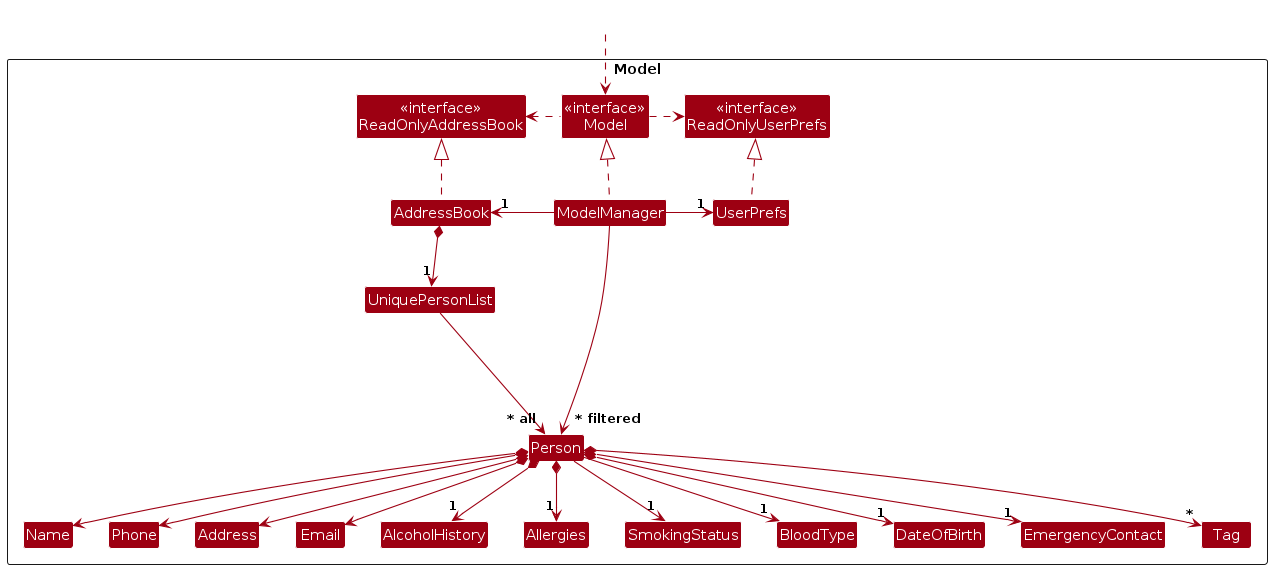
AY2627S1-CS2103T-T09-4/tp keeps this PlantUML diagram as diagrams/ModelClassDiagram.png. Above is the earlier version. Its source is kept beside it as diagrams/ModelClassDiagram.puml.
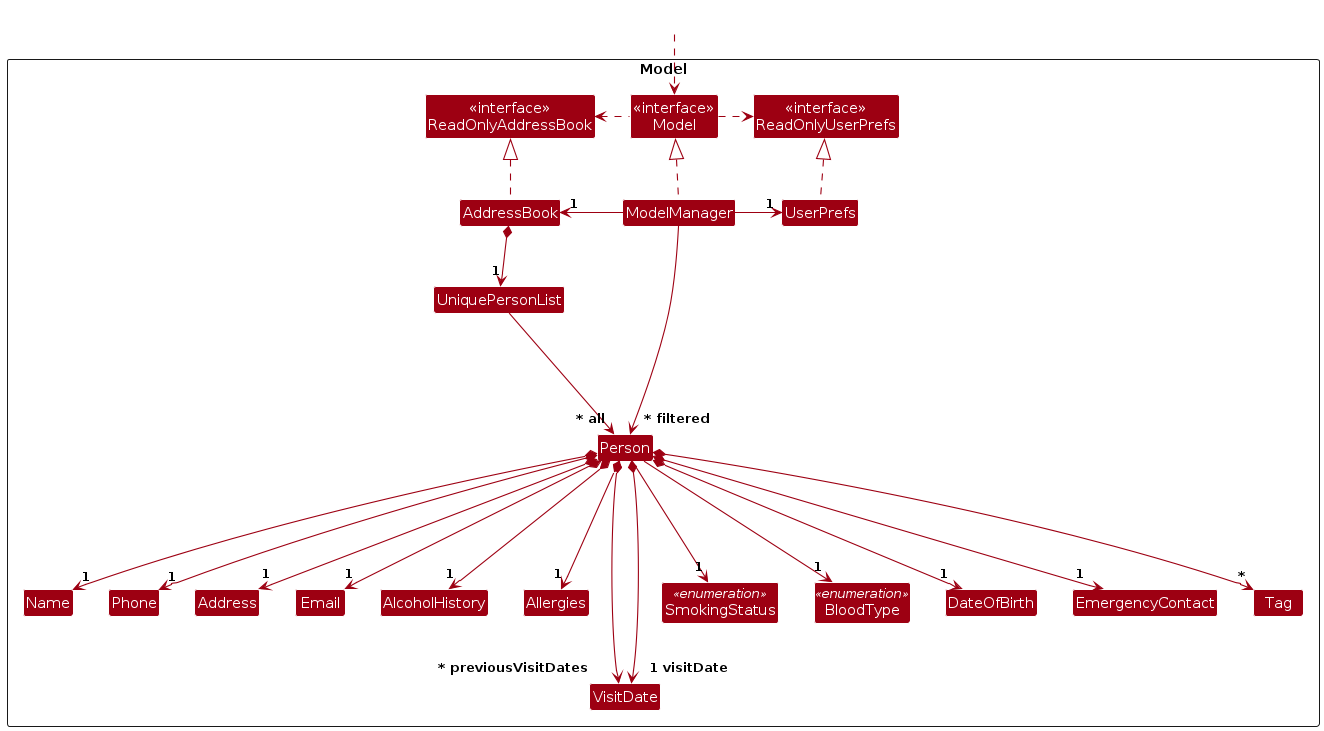
Later version of the same file.

Diff of the diagram source:
```diff
@@ -17,8 +17,9 @@
 Class Address
 Class AlcoholHistory
 Class Allergies
-Enum SmokingStatus
-Enum BloodType
+Class VisitDate
+Enum SmokingStatus <<enumeration>>
+Enum BloodType <<enumeration>>
 Class DateOfBirth
 Class Email
 Class EmergencyContact
@@ -43,17 +44,19 @@
 
 AddressBook *--> "1" UniquePersonList
 UniquePersonList --> "~* all" Person
-Person *--> Name
-Person *--> "1" DateOfBirth
-Person --> "1" BloodType
-Person *--> Phone
-Person *--> "1" EmergencyContact
-Person *--> Email
-Person *--> Address
-Person *--> "1" Allergies
-Person *--> "1" AlcoholHistory
-Person --> "1" SmokingStatus
-Person *--> "*" Tag
+Person *---> "1" Name
+Person *---> "1" DateOfBirth
+Person ---> "1" BloodType
+Person *---> "1" Phone
+Person *---> "1" EmergencyContact
+Person *---> "1" Email
+Person *---> "1" Address
+Person *---> "1" Allergies
+Person *---> "1" AlcoholHistory
+Person ---> "1" SmokingStatus
+Person *---> "*" Tag
+Person *----> "~* previousVisitDates" VisitDate
+Person *----> "1 visitDate" VisitDate
 
 Person -[hidden]up--> I
 UniquePersonList -[hidden]right-> I
```
